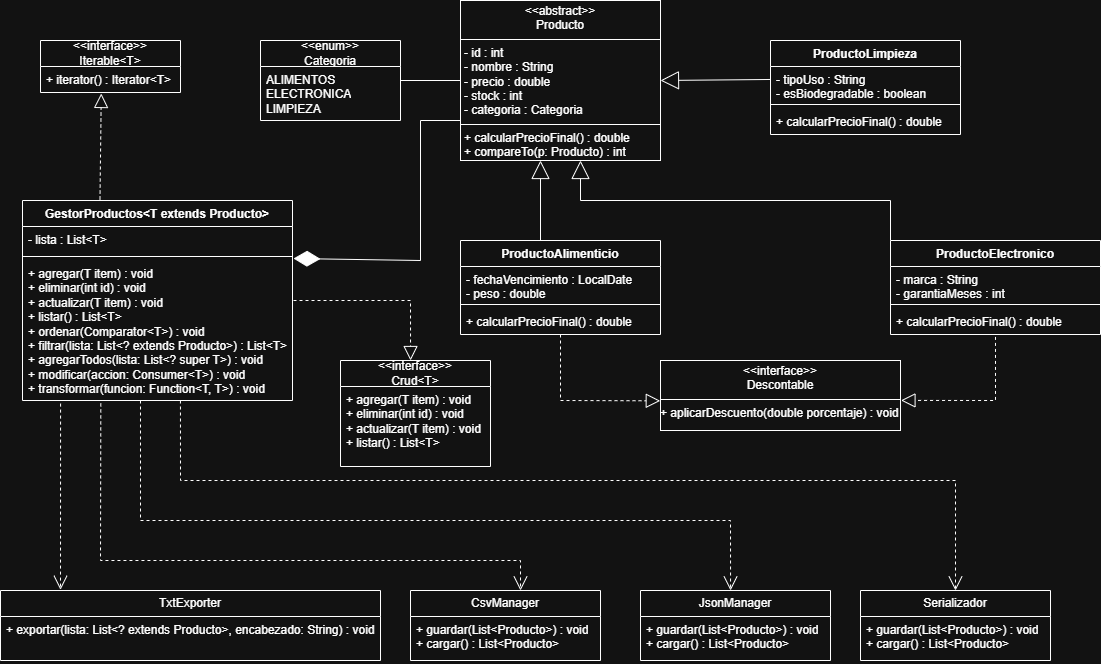
This is docs/Diagrama UML Final.png from lucafamozo/Proyecto-Final-Java-Sistema-de-Gestion-de-Inventario, a draw.io export, as it was before one commit. Source tidied: cells renumbered, new cells last; positions are measured from the earlier drawing's top-left corner, leaving out a move shared by most shapes.
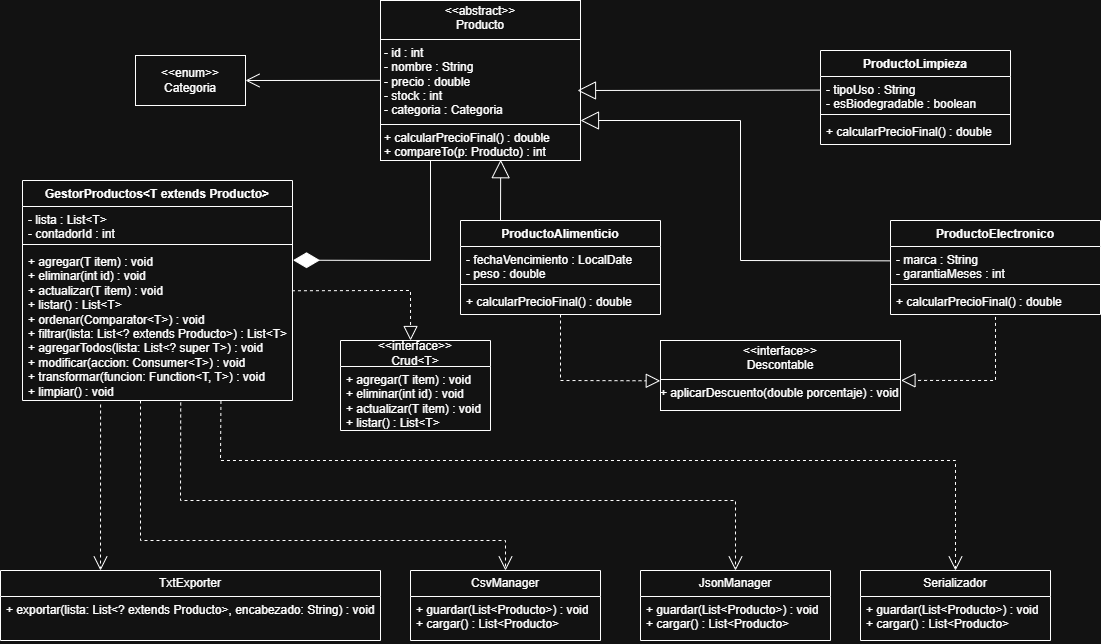
Above is the later version.

Diff of the diagram source:
```diff
@@ -3,11 +3,16 @@
     <mxCell id="0" />
     <mxCell id="1" parent="0" />
     <mxCell id="2" value="&lt;p style=&quot;margin:0px;margin-top:4px;text-align:center;&quot;&gt;&amp;lt;&amp;lt;abstract&amp;gt;&amp;gt;&lt;br&gt;Producto&lt;/p&gt;&lt;hr size=&quot;1&quot; style=&quot;border-style:solid;&quot;&gt;&lt;p style=&quot;margin:0px;margin-left:4px;&quot;&gt;- id : int&lt;br&gt;- nombre : String&lt;br&gt;- precio : double&lt;br&gt;- stock : int&lt;br&gt;- categoria : Categoria&lt;br&gt;&lt;/p&gt;&lt;hr size=&quot;1&quot; style=&quot;border-style:solid;&quot;&gt;&lt;p style=&quot;margin:0px;margin-left:4px;&quot;&gt;+ calcularPrecioFinal() : double&lt;br&gt;+ compareTo(p: Producto) : int&lt;br&gt;&lt;/p&gt;" style="verticalAlign=top;align=left;overflow=fill;html=1;fontColor=default;whiteSpace=wrap;" parent="1" vertex="1">
-      <mxGeometry x="460" width="200" height="160" as="geometry" />
+      <mxGeometry x="380" y="20" width="200" height="160" as="geometry" />
     </mxCell>
     <mxCell id="3" value="ProductoAlimenticio" style="swimlane;fontStyle=1;align=center;verticalAlign=top;horizontal=1;startSize=26;whiteSpace=wrap;html=1;" parent="1" vertex="1">
       <mxGeometry x="460" y="240" width="200" height="94" as="geometry" />
     </mxCell>
+    <mxCell id="47" style="endArrow=block;endSize=16;endFill=0;html=1;rounded=0;entryX=0.601;entryY=0.995;entryDx=0;entryDy=0;entryPerimeter=0;" parent="3" edge="1" target="2">
+      <mxGeometry relative="1" as="geometry">
+        <mxPoint x="40" as="sourcePoint" />
+      </mxGeometry>
+    </mxCell>
     <mxCell id="4" value="- fechaVencimiento : LocalDate&lt;br&gt;- peso : double" style="text;strokeColor=none;fillColor=none;align=left;verticalAlign=top;spacingLeft=4;spacingRight=4;overflow=hidden;whiteSpace=wrap;html=1;" parent="3" vertex="1">
       <mxGeometry y="26" width="200" height="34" as="geometry" />
     </mxCell>
@@ -38,45 +43,24 @@
     <mxCell id="13" value="&lt;p style=&quot;margin:0px;margin-top:4px;text-align:center;&quot;&gt;&amp;lt;&amp;lt;interface&amp;gt;&amp;gt;&lt;br&gt;Descontable&lt;br&gt;&lt;/p&gt;&lt;hr size=&quot;1&quot; style=&quot;border-style:solid;&quot;&gt;&lt;div style=&quot;height:2px;&quot;&gt;+ aplicarDescuento(double porcentaje) : void&lt;br&gt;&lt;/div&gt;" style="verticalAlign=top;align=left;overflow=fill;html=1;whiteSpace=wrap;" parent="1" vertex="1">
       <mxGeometry x="660" y="360" width="240" height="70" as="geometry" />
     </mxCell>
-    <mxCell id="14" value="&amp;lt;&amp;lt;enum&amp;gt;&amp;gt;&lt;br&gt;Categoria" style="swimlane;fontStyle=0;horizontal=1;startSize=26;fillColor=none;whiteSpace=wrap;html=1;" parent="1" vertex="1">
-      <mxGeometry x="260" y="40" width="140" height="80" as="geometry" />
-    </mxCell>
-    <mxCell id="15" value="ALIMENTOS&lt;br&gt;ELECTRONICA&lt;br&gt;LIMPIEZA" style="text;strokeColor=none;fillColor=none;align=left;verticalAlign=top;spacingLeft=4;spacingRight=4;overflow=hidden;whiteSpace=wrap;html=1;" parent="14" vertex="1">
-      <mxGeometry y="26" width="140" height="54" as="geometry" />
-    </mxCell>
     <mxCell id="16" value="GestorProductos&amp;lt;T extends Producto&amp;gt;" style="swimlane;fontStyle=1;align=center;verticalAlign=top;horizontal=1;startSize=26;whiteSpace=wrap;html=1;" parent="1" vertex="1">
-      <mxGeometry x="22" y="200" width="270" height="200" as="geometry" />
+      <mxGeometry x="22" y="200" width="270" height="220" as="geometry" />
     </mxCell>
-    <mxCell id="17" value="- lista : List&amp;lt;T&amp;gt;" style="text;strokeColor=none;fillColor=none;align=left;verticalAlign=top;spacingLeft=4;spacingRight=4;overflow=hidden;whiteSpace=wrap;html=1;" parent="16" vertex="1">
-      <mxGeometry y="26" width="270" height="26" as="geometry" />
+    <mxCell id="17" value="- lista : List&amp;lt;T&amp;gt;&lt;div&gt;- contadorId : int&lt;br&gt;&lt;/div&gt;" style="text;strokeColor=none;fillColor=none;align=left;verticalAlign=top;spacingLeft=4;spacingRight=4;overflow=hidden;whiteSpace=wrap;html=1;" parent="16" vertex="1">
+      <mxGeometry y="26" width="270" height="34" as="geometry" />
     </mxCell>
     <mxCell id="18" style="line;strokeWidth=1;fillColor=none;align=left;verticalAlign=middle;spacingTop=-1;spacingLeft=3;spacingRight=3;labelPosition=right;strokeColor=inherit;" parent="16" vertex="1">
-      <mxGeometry y="52" width="270" height="8" as="geometry" />
+      <mxGeometry y="60" width="270" height="8" as="geometry" />
     </mxCell>
-    <mxCell id="19" value="+ agregar(T item) : void&lt;br&gt;+ eliminar(int id) : void&lt;br&gt;+ actualizar(T item) : void&lt;br&gt;+ listar() : List&amp;lt;T&amp;gt;&lt;br&gt;+ ordenar(Comparator&amp;lt;T&amp;gt;) : void&lt;br&gt;+ filtrar(lista: List&amp;lt;? extends Producto&amp;gt;) : List&amp;lt;T&amp;gt;&lt;br&gt;+ agregarTodos(lista: List&amp;lt;? super T&amp;gt;) : void&lt;div&gt;&lt;div&gt;+ modificar(accion: Consumer&amp;lt;T&amp;gt;) : void&lt;/div&gt;&lt;div&gt;+ transformar(funcion: Function&amp;lt;T, T&amp;gt;) : void&lt;/div&gt;&lt;/div&gt;" style="text;strokeColor=none;fillColor=none;align=left;verticalAlign=top;spacingLeft=4;spacingRight=4;overflow=hidden;points=[[0,0.5],[1,0.5]];portConstraint=eastwest;whiteSpace=wrap;html=1;" parent="16" vertex="1">
-      <mxGeometry y="60" width="270" height="140" as="geometry" />
+    <mxCell id="19" value="+ agregar(T item) : void&lt;br&gt;+ eliminar(int id) : void&lt;br&gt;+ actualizar(T item) : void&lt;br&gt;+ listar() : List&amp;lt;T&amp;gt;&lt;br&gt;+ ordenar(Comparator&amp;lt;T&amp;gt;) : void&lt;br&gt;+ filtrar(lista: List&amp;lt;? extends Producto&amp;gt;) : List&amp;lt;T&amp;gt;&lt;br&gt;+ agregarTodos(lista: List&amp;lt;? super T&amp;gt;) : void&lt;div&gt;&lt;div&gt;+ modificar(accion: Consumer&amp;lt;T&amp;gt;) : void&lt;/div&gt;&lt;div&gt;+ transformar(funcion: Function&amp;lt;T, T&amp;gt;) : void&lt;/div&gt;&lt;div&gt;+ limpiar() : void&lt;br&gt;&lt;/div&gt;&lt;/div&gt;" style="text;strokeColor=none;fillColor=none;align=left;verticalAlign=top;spacingLeft=4;spacingRight=4;overflow=hidden;points=[[0,0.5],[1,0.5]];portConstraint=eastwest;whiteSpace=wrap;html=1;" parent="16" vertex="1">
+      <mxGeometry y="68" width="270" height="152" as="geometry" />
     </mxCell>
     <mxCell id="20" value="&lt;div&gt;&amp;lt;&amp;lt;interface&amp;gt;&amp;gt;&lt;br&gt;&lt;/div&gt;Crud&amp;lt;T&amp;gt;" style="swimlane;fontStyle=0;horizontal=1;startSize=26;fillColor=none;whiteSpace=wrap;html=1;" parent="1" vertex="1">
-      <mxGeometry x="340" y="360" width="150" height="106" as="geometry" />
+      <mxGeometry x="340" y="360" width="150" height="90" as="geometry" />
     </mxCell>
     <mxCell id="21" value="+ agregar(T item) : void&lt;br&gt;+ eliminar(int id) : void&lt;br&gt;+ actualizar(T item) : void&lt;br&gt;+ listar() : List&amp;lt;T&amp;gt;" style="text;strokeColor=none;fillColor=none;align=left;verticalAlign=top;spacingLeft=4;spacingRight=4;overflow=hidden;whiteSpace=wrap;html=1;" parent="20" vertex="1">
-      <mxGeometry y="26" width="150" height="80" as="geometry" />
+      <mxGeometry y="26" width="150" height="64" as="geometry" />
     </mxCell>
-    <mxCell id="22" style="endArrow=none;html=1;edgeStyle=orthogonalEdgeStyle;rounded=0;" parent="1" edge="1">
-      <mxGeometry relative="1" as="geometry">
-        <mxPoint x="400" y="90" as="sourcePoint" />
-        <mxPoint x="460" y="90" as="targetPoint" />
-        <Array as="points">
-          <mxPoint x="400" y="80" />
-          <mxPoint x="460" y="80" />
-        </Array>
-      </mxGeometry>
-    </mxCell>
-    <mxCell id="23" style="endArrow=block;endSize=16;endFill=0;html=1;rounded=0;entryX=1;entryY=0.5;entryDx=0;entryDy=0;exitX=-0.014;exitY=0.676;exitDx=0;exitDy=0;exitPerimeter=0;" parent="1" edge="1" target="2">
-      <mxGeometry relative="1" as="geometry">
-        <mxPoint x="770" y="79" as="sourcePoint" />
-      </mxGeometry>
-    </mxCell>
     <mxCell id="24" style="endArrow=block;dashed=1;endFill=0;endSize=12;html=1;rounded=0;entryX=-0.001;entryY=0.576;entryDx=0;entryDy=0;entryPerimeter=0;exitX=0.5;exitY=1;exitDx=0;exitDy=0;" parent="1" edge="1" source="3" target="13">
       <mxGeometry relative="1" as="geometry">
         <Array as="points">
@@ -91,30 +75,13 @@
         </Array>
       </mxGeometry>
     </mxCell>
-    <mxCell id="26" style="endArrow=block;dashed=1;endFill=0;endSize=12;html=1;rounded=0;entryX=0.467;entryY=0;entryDx=0;entryDy=0;entryPerimeter=0;" parent="1" edge="1" target="20">
+    <mxCell id="26" style="endArrow=block;dashed=1;endFill=0;endSize=12;html=1;rounded=0;entryX=0.467;entryY=0;entryDx=0;entryDy=0;entryPerimeter=0;exitX=0.998;exitY=0.278;exitDx=0;exitDy=0;exitPerimeter=0;" parent="1" edge="1" source="19" target="20">
       <mxGeometry relative="1" as="geometry">
-        <mxPoint x="293" y="300" as="sourcePoint" />
         <Array as="points">
-          <mxPoint x="410" y="300" />
+          <mxPoint x="410" y="310" />
         </Array>
       </mxGeometry>
     </mxCell>
-    <mxCell id="27" style="endArrow=block;endSize=16;endFill=0;html=1;rounded=0;entryX=0.5;entryY=1;entryDx=0;entryDy=0;exitX=0.5;exitY=0;exitDx=0;exitDy=0;" parent="1" edge="1">
-      <mxGeometry relative="1" as="geometry">
-        <mxPoint x="540" y="240" as="sourcePoint" />
-        <mxPoint x="540" y="160" as="targetPoint" />
-      </mxGeometry>
-    </mxCell>
-    <mxCell id="28" style="endArrow=block;endSize=16;endFill=0;html=1;rounded=0;entryX=0.547;entryY=1.013;entryDx=0;entryDy=0;entryPerimeter=0;exitX=0.5;exitY=0;exitDx=0;exitDy=0;" parent="1" edge="1">
-      <mxGeometry relative="1" as="geometry">
-        <mxPoint x="890" y="240" as="sourcePoint" />
-        <mxPoint x="580" y="160" as="targetPoint" />
-        <Array as="points">
-          <mxPoint x="890" y="200" />
-          <mxPoint x="580" y="200" />
-        </Array>
-      </mxGeometry>
-    </mxCell>
     <mxCell id="29" value="ProductoElectronico" style="swimlane;fontStyle=1;align=center;verticalAlign=top;horizontal=1;startSize=26;whiteSpace=wrap;html=1;" parent="1" vertex="1">
       <mxGeometry x="890" y="240" width="210" height="94" as="geometry" />
     </mxCell>
@@ -128,7 +95,7 @@
       <mxGeometry y="68" width="210" height="26" as="geometry" />
     </mxCell>
     <mxCell id="33" value="ProductoLimpieza" style="swimlane;fontStyle=1;align=center;verticalAlign=top;horizontal=1;startSize=26;whiteSpace=wrap;html=1;" parent="1" vertex="1">
-      <mxGeometry x="770" y="40" width="190" height="94" as="geometry" />
+      <mxGeometry x="820" y="70" width="190" height="94" as="geometry" />
     </mxCell>
     <mxCell id="34" value="- tipoUso : String&lt;br&gt;- esBiodegradable : boolean" style="text;strokeColor=none;fillColor=none;align=left;verticalAlign=top;spacingLeft=4;spacingRight=4;overflow=hidden;points=[[0,0.5],[1,0.5]];portConstraint=eastwest;whiteSpace=wrap;html=1;" parent="33" vertex="1">
       <mxGeometry y="26" width="190" height="34" as="geometry" />
@@ -139,58 +106,70 @@
     <mxCell id="36" value="+ calcularPrecioFinal() : double" style="text;strokeColor=none;fillColor=none;align=left;verticalAlign=top;spacingLeft=4;spacingRight=4;overflow=hidden;whiteSpace=wrap;html=1;" parent="33" vertex="1">
       <mxGeometry y="68" width="190" height="26" as="geometry" />
     </mxCell>
-    <mxCell id="37" value="&lt;div&gt;&lt;br&gt;&lt;/div&gt;&lt;div&gt;&lt;br&gt;&lt;/div&gt;" style="endArrow=open;endSize=12;dashed=1;html=1;rounded=0;exitX=0.437;exitY=1;exitDx=0;exitDy=0;exitPerimeter=0;entryX=0.474;entryY=0;entryDx=0;entryDy=0;entryPerimeter=0;" parent="1" edge="1" source="19" target="9">
+    <mxCell id="37" value="&lt;div&gt;&lt;br&gt;&lt;/div&gt;&lt;div&gt;&lt;br&gt;&lt;/div&gt;" style="endArrow=open;endSize=12;dashed=1;html=1;rounded=0;exitX=0.586;exitY=1.013;exitDx=0;exitDy=0;exitPerimeter=0;entryX=0.5;entryY=0;entryDx=0;entryDy=0;" parent="1" edge="1" source="19" target="9">
       <mxGeometry relative="1" as="geometry">
         <Array as="points">
-          <mxPoint x="140" y="520" />
-          <mxPoint x="730" y="520" />
+          <mxPoint x="180" y="520" />
+          <mxPoint x="735" y="520" />
         </Array>
       </mxGeometry>
     </mxCell>
-    <mxCell id="38" style="endArrow=open;endSize=12;dashed=1;html=1;rounded=0;exitX=0.585;exitY=1;exitDx=0;exitDy=0;exitPerimeter=0;entryX=0.5;entryY=0;entryDx=0;entryDy=0;" parent="1" edge="1" source="19" target="11">
+    <mxCell id="38" style="endArrow=open;endSize=12;dashed=1;html=1;rounded=0;exitX=0.735;exitY=1.003;exitDx=0;exitDy=0;exitPerimeter=0;entryX=0.5;entryY=0;entryDx=0;entryDy=0;" parent="1" edge="1" source="19" target="11">
       <mxGeometry relative="1" as="geometry">
         <Array as="points">
-          <mxPoint x="180" y="480" />
+          <mxPoint x="220" y="480" />
           <mxPoint x="955" y="480" />
         </Array>
       </mxGeometry>
     </mxCell>
-    <mxCell id="39" style="endArrow=open;endSize=12;dashed=1;html=1;rounded=0;exitX=0.29;exitY=1.021;exitDx=0;exitDy=0;exitPerimeter=0;entryX=0.579;entryY=0;entryDx=0;entryDy=0;entryPerimeter=0;" parent="1" edge="1" source="19" target="7">
+    <mxCell id="39" style="endArrow=open;endSize=12;dashed=1;html=1;rounded=0;entryX=0.5;entryY=0;entryDx=0;entryDy=0;" parent="1" edge="1" target="7">
       <mxGeometry relative="1" as="geometry">
+        <mxPoint x="140" y="420" as="sourcePoint" />
         <Array as="points">
-          <mxPoint x="100" y="560" />
-          <mxPoint x="520" y="560" />
+          <mxPoint x="140" y="560" />
+          <mxPoint x="505" y="560" />
         </Array>
       </mxGeometry>
     </mxCell>
-    <mxCell id="40" value="&amp;lt;&amp;lt;interface&amp;gt;&amp;gt;&lt;br&gt;Iterable&amp;lt;T&amp;gt;" style="swimlane;fontStyle=0;horizontal=1;startSize=26;fillColor=none;whiteSpace=wrap;html=1;" parent="1" vertex="1">
-      <mxGeometry x="40" y="40" width="140" height="52" as="geometry" />
-    </mxCell>
-    <mxCell id="41" value="+ iterator() : Iterator&amp;lt;T&amp;gt;" style="text;strokeColor=none;fillColor=none;align=left;verticalAlign=top;spacingLeft=4;spacingRight=4;overflow=hidden;points=[[0,0.5],[1,0.5]];portConstraint=eastwest;whiteSpace=wrap;html=1;" parent="40" vertex="1">
-      <mxGeometry y="26" width="140" height="26" as="geometry" />
-    </mxCell>
-    <mxCell id="42" style="endArrow=block;dashed=1;endFill=0;endSize=12;html=1;rounded=0;entryX=0.434;entryY=1.038;entryDx=0;entryDy=0;entryPerimeter=0;exitX=0.287;exitY=-0.005;exitDx=0;exitDy=0;exitPerimeter=0;" parent="1" edge="1" source="16" target="41">
-      <mxGeometry relative="1" as="geometry" />
-    </mxCell>
     <mxCell id="43" value="TxtExporter" style="swimlane;fontStyle=0;horizontal=1;startSize=26;fillColor=none;whiteSpace=wrap;html=1;" parent="1" vertex="1">
       <mxGeometry y="590" width="380" height="70" as="geometry" />
     </mxCell>
     <mxCell id="44" value="+ exportar(lista: List&amp;lt;? extends Producto&amp;gt;, encabezado: String) : void" style="text;strokeColor=none;fillColor=none;align=left;verticalAlign=top;spacingLeft=4;spacingRight=4;overflow=hidden;whiteSpace=wrap;html=1;" parent="43" vertex="1">
       <mxGeometry y="26" width="380" height="44" as="geometry" />
     </mxCell>
-    <mxCell id="45" style="endArrow=open;endSize=12;dashed=1;html=1;rounded=0;exitX=0.141;exitY=1.022;exitDx=0;exitDy=0;exitPerimeter=0;" parent="1" edge="1" source="19">
+    <mxCell id="45" style="endArrow=open;endSize=12;dashed=1;html=1;rounded=0;exitX=0.141;exitY=1.022;exitDx=0;exitDy=0;exitPerimeter=0;" parent="1" edge="1">
       <mxGeometry relative="1" as="geometry">
-        <mxPoint x="60" y="589.3" as="targetPoint" />
+        <mxPoint x="100.1" y="424" as="sourcePoint" />
+        <mxPoint x="100" y="590" as="targetPoint" />
       </mxGeometry>
     </mxCell>
-    <mxCell id="46" style="endArrow=diamondThin;endFill=1;endSize=24;html=1;rounded=0;exitX=0;exitY=0.75;exitDx=0;exitDy=0;" parent="1" edge="1" source="2">
-      <mxGeometry relative="1" as="geometry">
-        <mxPoint x="293" y="258" as="targetPoint" />
-        <Array as="points">
-          <mxPoint x="420" y="120" />
-          <mxPoint x="420" y="260" />
-        </Array>
-      </mxGeometry>
-    </mxCell>
+    <mxCell id="14" value="&lt;div&gt;&amp;lt;&amp;lt;enum&amp;gt;&amp;gt;&lt;/div&gt;&lt;div&gt;Categoria&lt;/div&gt;" style="html=1;whiteSpace=wrap;" parent="1" vertex="1">
+      <mxGeometry x="135" y="75" width="110" height="50" as="geometry" />
+    </mxCell>
+    <mxCell id="48" style="endArrow=block;endSize=16;endFill=0;html=1;rounded=0;entryX=1;entryY=0.75;entryDx=0;entryDy=0;exitX=-0.003;exitY=0.422;exitDx=0;exitDy=0;exitPerimeter=0;" parent="1" edge="1" source="30" target="2">
+      <mxGeometry relative="1" as="geometry">
+        <Array as="points">
+          <mxPoint x="740" y="280" />
+          <mxPoint x="740" y="140" />
+        </Array>
+      </mxGeometry>
+    </mxCell>
+    <mxCell id="49" style="endArrow=block;endSize=16;endFill=0;html=1;rounded=0;exitX=-0.004;exitY=0.401;exitDx=0;exitDy=0;exitPerimeter=0;" parent="1" edge="1" source="34">
+      <mxGeometry relative="1" as="geometry">
+        <mxPoint x="577" y="110" as="targetPoint" />
+      </mxGeometry>
+    </mxCell>
+    <mxCell id="50" style="endArrow=diamondThin;endFill=1;endSize=24;html=1;rounded=0;exitX=0.25;exitY=1;exitDx=0;exitDy=0;entryX=1.002;entryY=0.077;entryDx=0;entryDy=0;entryPerimeter=0;" parent="1" edge="1" source="2" target="19">
+      <mxGeometry relative="1" as="geometry">
+        <Array as="points">
+          <mxPoint x="430" y="280" />
+        </Array>
+      </mxGeometry>
+    </mxCell>
+    <mxCell id="51" style="endArrow=open;endFill=1;endSize=12;html=1;rounded=0;exitX=0;exitY=0.376;exitDx=0;exitDy=0;exitPerimeter=0;entryX=1;entryY=0.5;entryDx=0;entryDy=0;" parent="1" edge="1" target="14">
+      <mxGeometry relative="1" as="geometry">
+        <mxPoint x="380" y="99.9" as="sourcePoint" />
+      </mxGeometry>
+    </mxCell>
   </root>
 </mxGraphModel>
```
